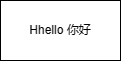
Before: 游戏框架/未命名绘图.drawio.png, a diagram exported from draw.io (AliceAuto/-Funcode-). Source tidied: cells renumbered, new cells last; positions are measured from the earlier drawing's top-left corner, leaving out a move shared by most shapes.
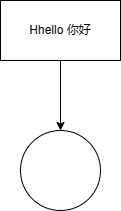
The same file after the commit.

Commit message:
更新未命名绘图.drawio.png

The edit, as a diff of the source:
```diff
@@ -2,8 +2,14 @@
   <root>
     <mxCell id="0" />
     <mxCell id="1" parent="0" />
+    <mxCell id="3" style="edgeStyle=orthogonalEdgeStyle;rounded=0;jettySize=auto;html=1;" parent="1" edge="1" source="2" target="4">
+      <mxGeometry relative="1" as="geometry" />
+    </mxCell>
     <mxCell id="2" value="Hhello 你好" style="rounded=0;whiteSpace=wrap;html=1;" parent="1" vertex="1">
       <mxGeometry width="120" height="60" as="geometry" />
     </mxCell>
+    <mxCell id="4" style="ellipse;whiteSpace=wrap;html=1;rounded=0;" parent="1" vertex="1">
+      <mxGeometry x="20" y="130" width="80" height="80" as="geometry" />
+    </mxCell>
   </root>
 </mxGraphModel>
```
